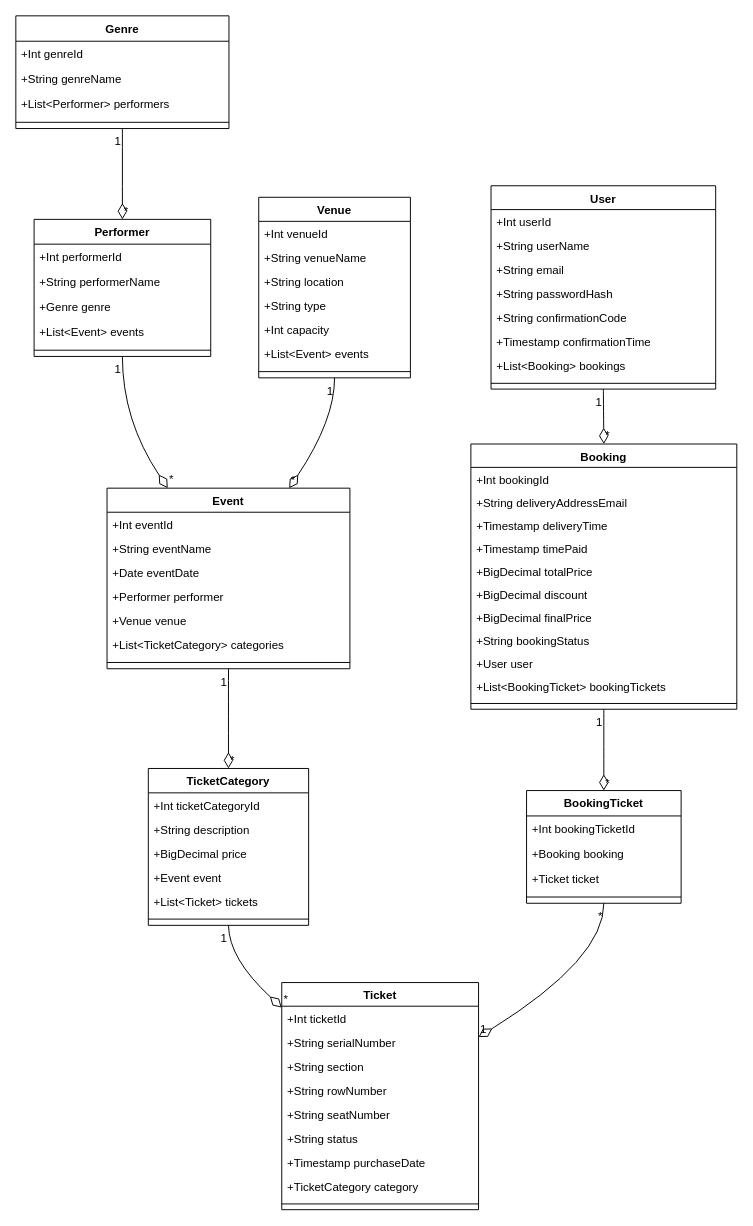
gaasol13/TicketingSystem keeps this draw.io diagram as Diagrams/~MySQLTicketing Class Diagram.drawio. Above is the earlier version. Source tidied: cells renumbered, new cells numbered last; positions are measured from the earlier drawing's top-left corner, leaving out a move shared by most shapes. Both pictures are drawn from the tidied source at 96%, with x=0, y=0 at pixel (15, 15).
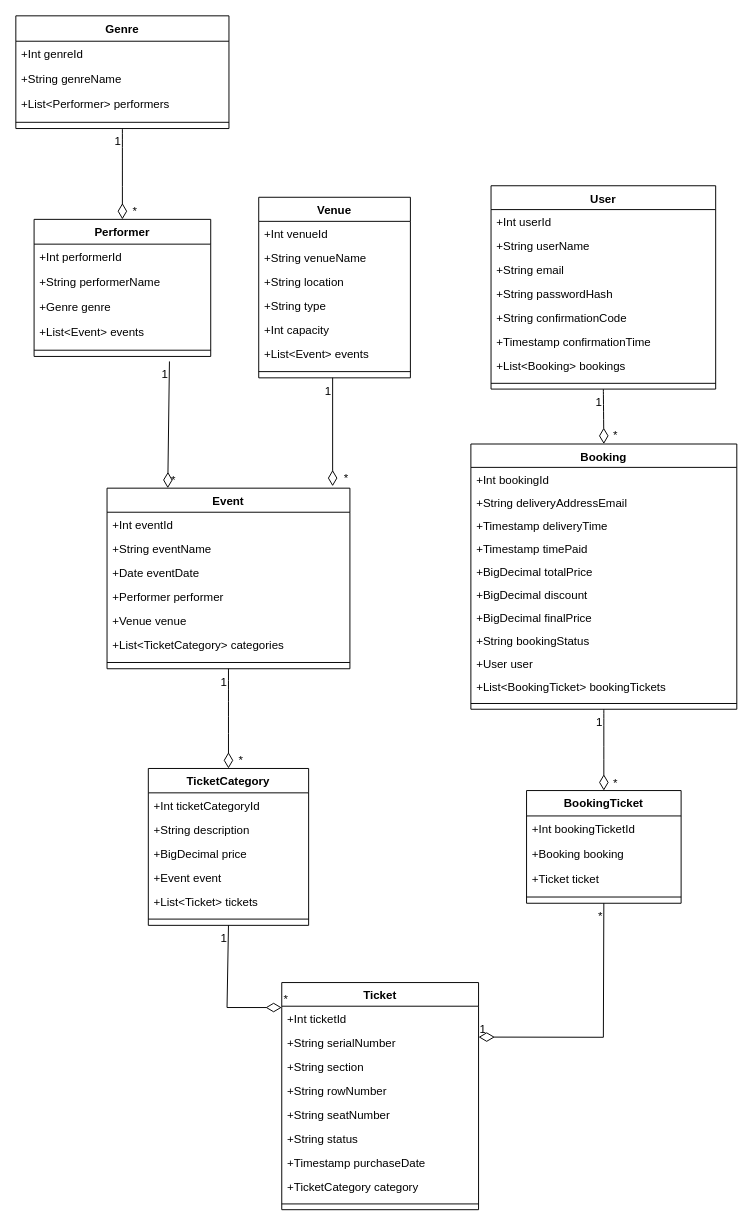
The same diagram, later.

Commit message:
MySQLTicketing Class Diagram.drawio

Unchanged cells that the change refers to:
```xml
<mxCell id="7" value="Performer" style="swimlane;fontStyle=1;align=center;verticalAlign=top;horizontal=1;startSize=25.818181818181817;" parent="1" vertex="1">
  <mxGeometry x="19" y="212" width="184" height="142.8" as="geometry" />
</mxCell>
<mxCell id="13" value="Venue" style="swimlane;fontStyle=1;align=center;verticalAlign=top;horizontal=1;startSize=25.066666666666666;" parent="1" vertex="1">
  <mxGeometry x="253" y="189" width="158" height="188.1" as="geometry" />
</mxCell>
<mxCell id="21" value="Event" style="swimlane;fontStyle=1;align=center;verticalAlign=top;horizontal=1;startSize=25.066666666666666;" parent="1" vertex="1">
  <mxGeometry x="95" y="492" width="253" height="188.1" as="geometry" />
</mxCell>
<mxCell id="29" value="TicketCategory" style="swimlane;fontStyle=1;align=center;verticalAlign=top;horizontal=1;startSize=25.384615384615383;" parent="1" vertex="1">
  <mxGeometry x="138" y="784" width="167" height="163.4" as="geometry" />
</mxCell>
<mxCell id="36" value="Ticket" style="swimlane;fontStyle=1;align=center;verticalAlign=top;horizontal=1;startSize=24.63157894736842;" parent="1" vertex="1">
  <mxGeometry x="277" y="1007" width="205" height="236.6" as="geometry" />
</mxCell>
<mxCell id="67" value="BookingTicket" style="swimlane;fontStyle=1;align=center;verticalAlign=top;horizontal=1;startSize=26.444444444444443;" parent="1" vertex="1">
  <mxGeometry x="532" y="807" width="161" height="117.4" as="geometry" />
</mxCell>
<mxCell id="72" style="curved=1;startArrow=none;endArrow=diamondThin;endSize=14;endFill=0;exitX=0.5;exitY=1;entryX=0.5;entryY=0;rounded=0;" parent="1" edge="1" source="2" target="7">
  <mxGeometry relative="1" as="geometry" />
</mxCell>
<mxCell id="81" style="curved=1;startArrow=none;endArrow=diamondThin;endSize=14;endFill=0;exitX=0.5;exitY=1;entryX=0.5;entryY=0;rounded=0;" parent="1" edge="1" source="21" target="29">
  <mxGeometry relative="1" as="geometry" />
</mxCell>
<mxCell id="87" style="curved=1;startArrow=none;endArrow=diamondThin;endSize=14;endFill=0;exitX=0.5;exitY=1;entryX=0.5;entryY=0;rounded=0;" parent="1" edge="1" source="46" target="55">
  <mxGeometry relative="1" as="geometry" />
</mxCell>
<mxCell id="90" style="curved=1;startArrow=none;endArrow=diamondThin;endSize=14;endFill=0;exitX=0.5;exitY=1;entryX=0.5;entryY=0;rounded=0;" parent="1" edge="1" source="55" target="67">
  <mxGeometry relative="1" as="geometry" />
</mxCell>
```

The edit, as a diff of the source:
```diff
@@
     <mxCell id="74" value="*" style="edgeLabel;labelBackgroundColor=none;fontSize=12;align=left;verticalAlign=bottom;" parent="72" vertex="1">
-      <mxGeometry x="1" relative="1" as="geometry" />
+      <mxGeometry x="1" relative="1" as="geometry">
+        <mxPoint x="9" as="offset" />
+      </mxGeometry>
     </mxCell>
-    <mxCell id="75" style="curved=1;startArrow=none;endArrow=diamondThin;endSize=14;endFill=0;exitX=0.5;exitY=1;entryX=0.25;entryY=0;rounded=0;" parent="1" edge="1" source="7" target="21">
+    <mxCell id="75" style="startArrow=none;endArrow=diamondThin;endSize=14;endFill=0;entryX=0.25;entryY=0;rounded=0;" parent="1" edge="1" target="21">
       <mxGeometry relative="1" as="geometry">
-        <Array as="points">
-          <mxPoint x="111" y="421" />
-        </Array>
+        <mxPoint x="160" y="360" as="sourcePoint" />
       </mxGeometry>
     </mxCell>
@@
     <mxCell id="77" value="*" style="edgeLabel;labelBackgroundColor=none;fontSize=12;align=left;verticalAlign=bottom;" parent="75" vertex="1">
-      <mxGeometry x="1" relative="1" as="geometry" />
+      <mxGeometry x="1" relative="1" as="geometry">
+        <mxPoint x="2" as="offset" />
+      </mxGeometry>
     </mxCell>
-    <mxCell id="78" style="curved=1;startArrow=none;endArrow=diamondThin;endSize=14;endFill=0;exitX=0.5;exitY=1;entryX=0.75;entryY=0;rounded=0;" parent="1" edge="1" source="13" target="21">
+    <mxCell id="78" style="startArrow=none;endArrow=diamondThin;endSize=14;endFill=0;rounded=0;" parent="1" edge="1">
       <mxGeometry relative="1" as="geometry">
-        <Array as="points">
-          <mxPoint x="332" y="421" />
-        </Array>
+        <mxPoint x="330" y="377" as="sourcePoint" />
+        <mxPoint x="330" y="490" as="targetPoint" />
       </mxGeometry>
     </mxCell>
@@
     <mxCell id="80" value="*" style="edgeLabel;labelBackgroundColor=none;fontSize=12;align=left;verticalAlign=bottom;" parent="78" vertex="1">
-      <mxGeometry x="1" relative="1" as="geometry" />
+      <mxGeometry x="1" relative="1" as="geometry">
+        <mxPoint x="10" as="offset" />
+      </mxGeometry>
     </mxCell>
@@
     <mxCell id="83" value="*" style="edgeLabel;labelBackgroundColor=none;fontSize=12;align=left;verticalAlign=bottom;" parent="81" vertex="1">
-      <mxGeometry x="1" relative="1" as="geometry" />
+      <mxGeometry x="1" relative="1" as="geometry">
+        <mxPoint x="9" as="offset" />
+      </mxGeometry>
     </mxCell>
-    <mxCell id="84" style="curved=1;startArrow=none;endArrow=diamondThin;endSize=14;endFill=0;exitX=0.5;exitY=1;entryX=0;entryY=0.11;rounded=0;" parent="1" edge="1" source="29" target="36">
+    <mxCell id="84" style="startArrow=none;endArrow=diamondThin;endSize=14;endFill=0;exitX=0.5;exitY=1;entryX=0;entryY=0.11;rounded=0;" parent="1" edge="1" source="29" target="36">
       <mxGeometry relative="1" as="geometry">
         <Array as="points">
-          <mxPoint x="222" y="982" />
+          <mxPoint x="220" y="1033" />
         </Array>
       </mxGeometry>
     </mxCell>
@@
     <mxCell id="89" value="*" style="edgeLabel;labelBackgroundColor=none;fontSize=12;align=left;verticalAlign=bottom;" parent="87" vertex="1">
-      <mxGeometry x="1" relative="1" as="geometry" />
+      <mxGeometry x="1" relative="1" as="geometry">
+        <mxPoint x="8" as="offset" />
+      </mxGeometry>
     </mxCell>
@@
     <mxCell id="92" value="*" style="edgeLabel;labelBackgroundColor=none;fontSize=12;align=left;verticalAlign=bottom;" parent="90" vertex="1">
-      <mxGeometry x="1" relative="1" as="geometry" />
+      <mxGeometry x="1" relative="1" as="geometry">
+        <mxPoint x="8" as="offset" />
+      </mxGeometry>
     </mxCell>
-    <mxCell id="93" style="curved=1;startArrow=none;endArrow=diamondThin;endSize=14;endFill=0;exitX=0.5;exitY=1;entryX=1;entryY=0.24;rounded=0;" parent="1" edge="1" source="67" target="36">
+    <mxCell id="93" style="startArrow=none;endArrow=diamondThin;endSize=14;endFill=0;exitX=0.5;exitY=1;entryX=1;entryY=0.24;rounded=0;" parent="1" edge="1" source="67" target="36">
       <mxGeometry relative="1" as="geometry">
         <Array as="points">
-          <mxPoint x="613" y="982" />
+          <mxPoint x="612" y="1064" />
         </Array>
       </mxGeometry>
     </mxCell>
```
